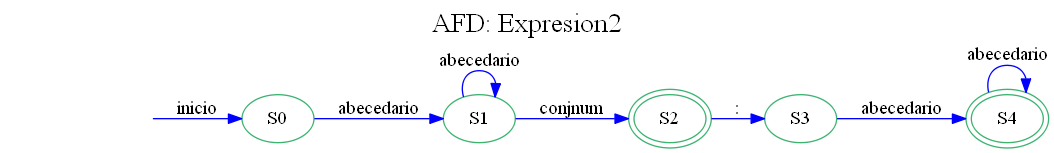
Before: OLC1_Practica1_201701133/AFD1.png, a diagram exported from Graphviz (SelvinLP/-OLC1-Practica1_201701133). Its source is kept beside it as OLC1_Practica1_201701133/AFD1.dot.
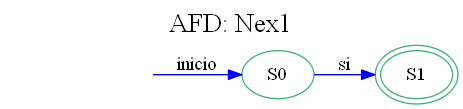
Above is the later version.

Change to the diagram source:
```diff
@@ -1,17 +1,8 @@
 digraph AFD {
-graph [label="AFD: Expresion2", labelloc=t, fontsize=20]; rankdir=LR;edge [color=blue];node [color = mediumseagreen];"S0"[ label=S0]
+graph [label="AFD: Nex1", labelloc=t, fontsize=20]; rankdir=LR;edge [color=blue];node [color = mediumseagreen];"S0"[ label=S0]
 "S1"[ label=S1]
-"S2"[ label=S2]
-"S3"[ label=S3]
-"S4"[ label=S4]
 secret_node [style=invis];
-secret_node -> S0 [label="inicio"];S2[peripheries=2];
-S4[peripheries=2];
-"S0"->"S1"[label="abecedario"];
-"S1"->"S1"[label="abecedario"];
-"S1"->"S2"[label="conjnum"];
-"S2"->"S3"[label="\:"];
-"S3"->"S4"[label="abecedario"];
-"S4"->"S4"[label="abecedario"];
+secret_node -> S0 [label="inicio"];S1[peripheries=2];
+"S0"->"S1"[label="si"];
 
 }
```
